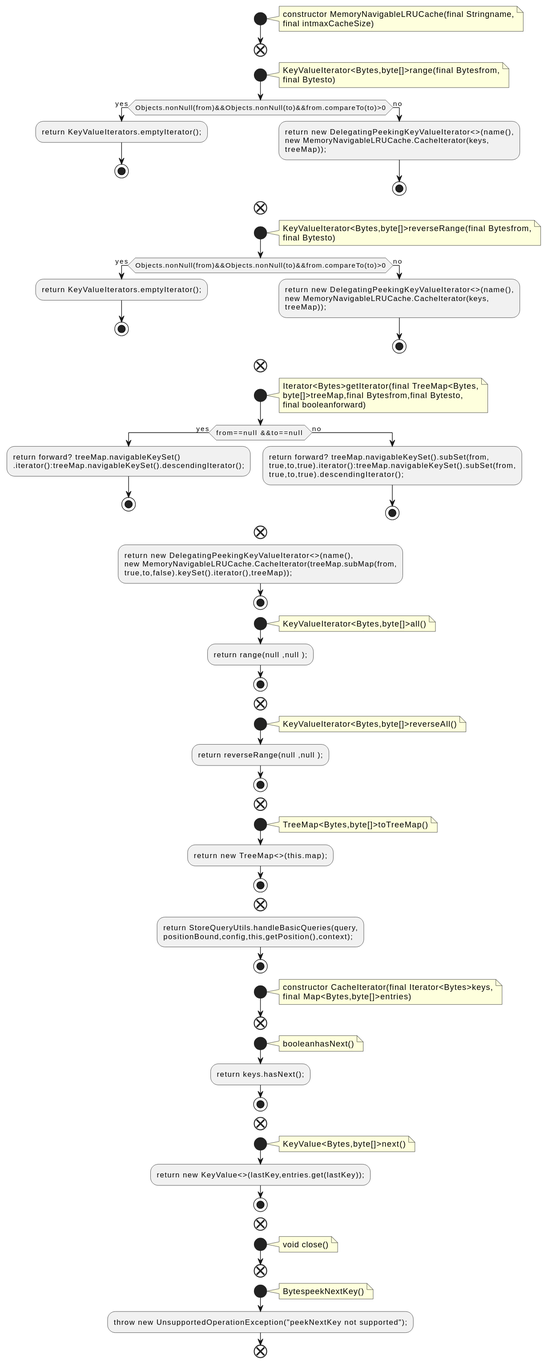
Above: docs/qc/streams/src/main/java/org/apache/kafka/streams/state/internals/MemoryNavigableLRUCache.java.fct.svg in qualitesys/kafka (PlantUML), before the change.
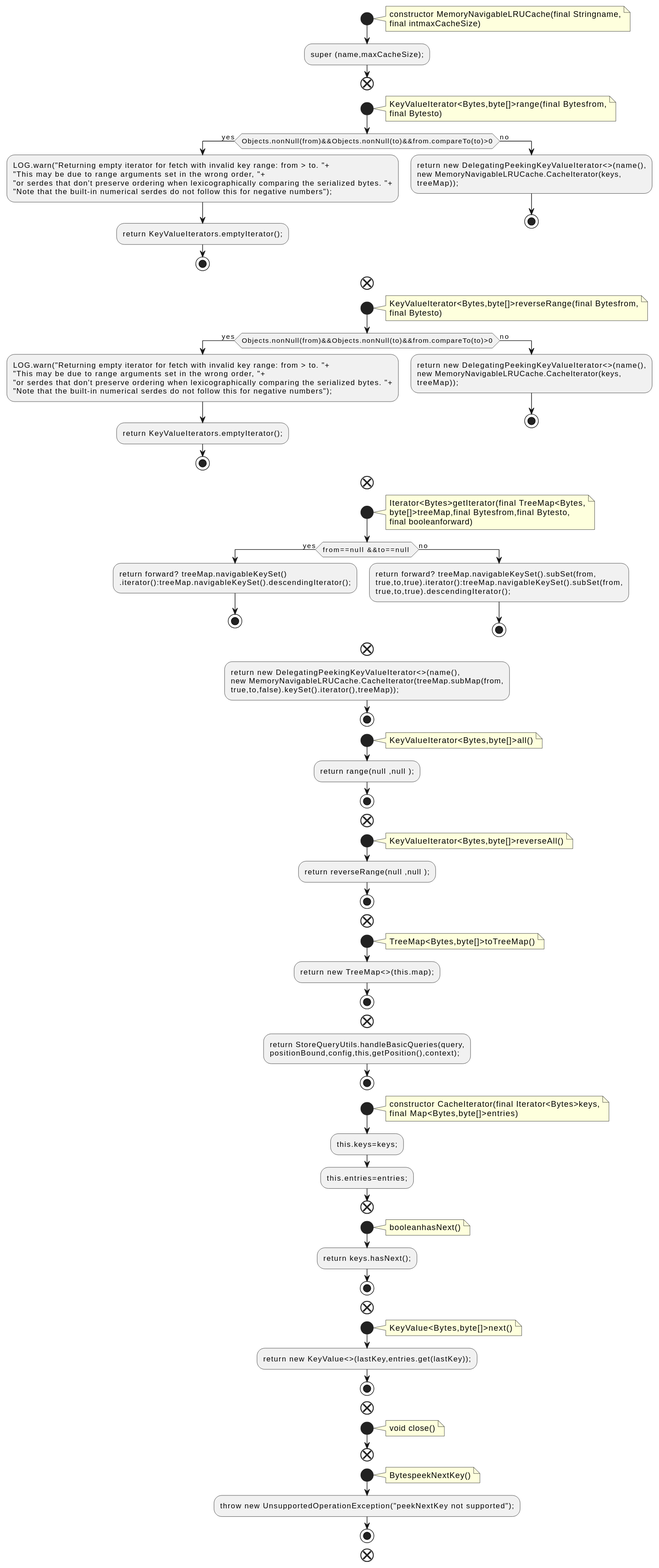
Above is the later version.

Change to the diagram source:
```diff
@@ -5,6 +5,7 @@
 constructor MemoryNavigableLRUCache(final Stringname,
 final intmaxCacheSize)
 end note
+:super (name,maxCacheSize);;
 end
 start
 note right
@@ -12,6 +13,10 @@
 final Bytesto)
 end note
 if (Objects.nonNull(from)&&Objects.nonNull(to)&&from.compareTo(to)>0) then (yes)
+:LOG.warn("Returning empty iterator for fetch with invalid key range: from > to. "+
+"This may be due to range arguments set in the wrong order, "+
+"or serdes that don't preserve ordering when lexicographically comparing the serialized bytes. "+
+"Note that the built-in numerical serdes do not follow this for negative numbers");;
 :return KeyValueIterators.emptyIterator();;
 stop
 else (no)
@@ -27,6 +32,10 @@
 final Bytesto)
 end note
 if (Objects.nonNull(from)&&Objects.nonNull(to)&&from.compareTo(to)>0) then (yes)
+:LOG.warn("Returning empty iterator for fetch with invalid key range: from > to. "+
+"This may be due to range arguments set in the wrong order, "+
+"or serdes that don't preserve ordering when lexicographically comparing the serialized bytes. "+
+"Note that the built-in numerical serdes do not follow this for negative numbers");;
 :return KeyValueIterators.emptyIterator();;
 stop
 else (no)
@@ -86,6 +95,8 @@
 constructor CacheIterator(final Iterator<Bytes>keys,
 final Map<Bytes,byte[]>entries)
 end note
+:this.keys=keys;;
+:this.entries=entries;;
 end
 start
 note right
@@ -111,5 +122,6 @@
 BytespeekNextKey()
 end note
 :throw new UnsupportedOperationException("peekNextKey not supported");;
+stop
 end
 @enduml
```
